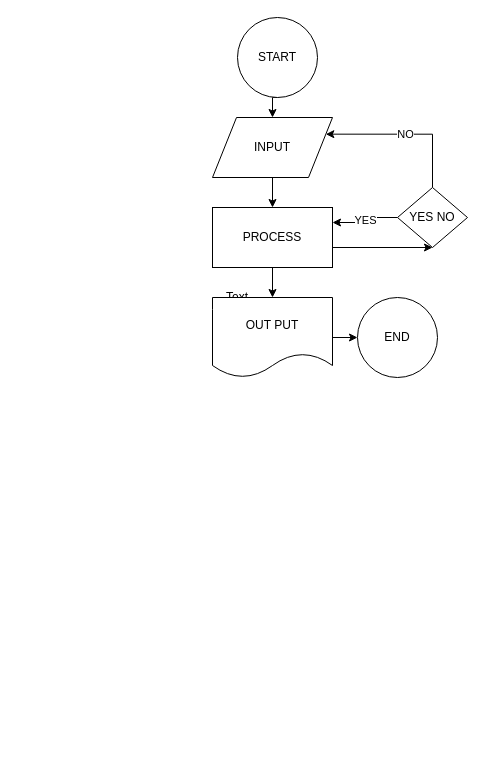
Above: Untitled Diagram.drawio in mahnazbagheri/algorithms (draw.io), before the change. Source tidied: cells renumbered, new cells numbered last; positions are measured from the earlier drawing's top-left corner, leaving out a move shared by most shapes. Both pictures are drawn from the tidied source at 100%, with x=0, y=0 at pixel (212, 17).
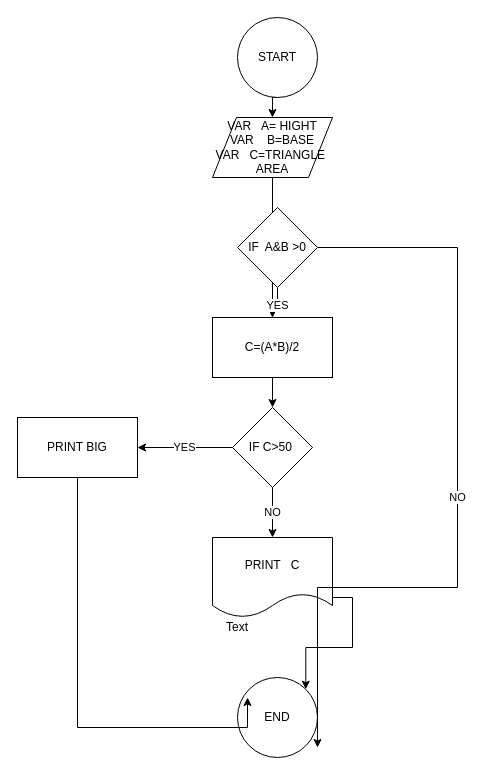
The same diagram, later.

The edit, as a diff of the source:
```diff
@@
-    <mxCell id="5" value="INPUT" style="shape=parallelogram;perimeter=parallelogramPerimeter;whiteSpace=wrap;html=1;" parent="1" vertex="1">
+    <mxCell id="5" value="VAR&amp;nbsp; &amp;nbsp;A= HIGHT&lt;br&gt;VAR&amp;nbsp; &amp;nbsp; B=BASE&lt;br&gt;VAR&amp;nbsp; &amp;nbsp;C=TRIANGLE&amp;nbsp; AREA" style="shape=parallelogram;perimeter=parallelogramPerimeter;whiteSpace=wrap;html=1;" parent="1" vertex="1">
       <mxGeometry y="100" width="120" height="60" as="geometry" />
     </mxCell>
-    <mxCell id="6" style="edgeStyle=orthogonalEdgeStyle;rounded=0;jettySize=auto;html=1;exitX=1;exitY=0.5;exitDx=0;exitDy=0;" parent="1" edge="1" source="8" target="12">
-      <mxGeometry relative="1" as="geometry">
-        <Array as="points">
-          <mxPoint x="120" y="230" />
-        </Array>
-      </mxGeometry>
-    </mxCell>
-    <mxCell id="7" style="edgeStyle=orthogonalEdgeStyle;rounded=0;jettySize=auto;html=1;exitX=0.5;exitY=1;exitDx=0;exitDy=0;" parent="1" edge="1" source="8" target="14">
+    <mxCell id="7" value="NO" style="edgeStyle=orthogonalEdgeStyle;rounded=0;jettySize=auto;html=1;exitX=0.5;exitY=1;exitDx=0;exitDy=0;" parent="1" edge="1" source="19" target="14">
       <mxGeometry relative="1" as="geometry" />
     </mxCell>
-    <mxCell id="8" value="PROCESS" style="rounded=0;whiteSpace=wrap;html=1;" parent="1" vertex="1">
-      <mxGeometry y="190" width="120" height="60" as="geometry" />
+    <mxCell id="8" value="C=(A*B)/2" style="rounded=0;whiteSpace=wrap;html=1;" parent="1" vertex="1">
+      <mxGeometry y="300" width="120" height="60" as="geometry" />
     </mxCell>
-    <mxCell id="9" value="Text" style="text;html=1;strokeColor=none;fillColor=none;align=center;verticalAlign=middle;whiteSpace=wrap;rounded=0;" parent="1" vertex="1">
-      <mxGeometry x="5" y="270" width="40" height="20" as="geometry" />
-    </mxCell>
-    <mxCell id="10" value="YES" style="edgeStyle=orthogonalEdgeStyle;rounded=0;jettySize=auto;html=1;exitX=0;exitY=0.5;exitDx=0;exitDy=0;entryX=1;entryY=0.25;entryDx=0;entryDy=0;" parent="1" edge="1" source="12" target="8">
-      <mxGeometry relative="1" as="geometry" />
-    </mxCell>
-    <mxCell id="11" value="NO" style="edgeStyle=orthogonalEdgeStyle;rounded=0;jettySize=auto;html=1;exitX=0.5;exitY=0;exitDx=0;exitDy=0;entryX=1;entryY=0.25;entryDx=0;entryDy=0;" parent="1" edge="1" source="12" target="5">
-      <mxGeometry relative="1" as="geometry">
-        <Array as="points">
-          <mxPoint x="220" y="117" />
-        </Array>
-      </mxGeometry>
-    </mxCell>
-    <mxCell id="12" value="YES NO" style="rhombus;whiteSpace=wrap;html=1;" parent="1" vertex="1">
-      <mxGeometry x="185" y="170" width="70" height="60" as="geometry" />
-    </mxCell>
-    <mxCell id="13" style="edgeStyle=orthogonalEdgeStyle;rounded=0;jettySize=auto;html=1;exitX=1;exitY=0.5;exitDx=0;exitDy=0;" parent="1" edge="1" source="14" target="15">
+    <mxCell id="13" style="edgeStyle=orthogonalEdgeStyle;rounded=0;jettySize=auto;html=1;exitX=1;exitY=0.75;exitDx=0;exitDy=0;entryX=1;entryY=0;entryDx=0;entryDy=0;" parent="1" edge="1" source="14" target="15">
       <mxGeometry relative="1" as="geometry" />
     </mxCell>
-    <mxCell id="14" value="OUT PUT" style="shape=document;whiteSpace=wrap;html=1;boundedLbl=1;" parent="1" vertex="1">
-      <mxGeometry y="280" width="120" height="80" as="geometry" />
+    <mxCell id="14" value="PRINT&amp;nbsp; &amp;nbsp;C" style="shape=document;whiteSpace=wrap;html=1;boundedLbl=1;" parent="1" vertex="1">
+      <mxGeometry y="520" width="120" height="80" as="geometry" />
     </mxCell>
     <mxCell id="15" value="END" style="ellipse;whiteSpace=wrap;html=1;" parent="1" vertex="1">
-      <mxGeometry x="145" y="280" width="80" height="80" as="geometry" />
+      <mxGeometry x="25" y="660" width="80" height="80" as="geometry" />
     </mxCell>
+    <mxCell id="16" value="YES" style="edgeStyle=orthogonalEdgeStyle;rounded=0;jettySize=auto;html=1;" parent="1" edge="1" source="17" target="8">
+      <mxGeometry relative="1" as="geometry" />
+    </mxCell>
+    <mxCell id="11" value="NO" style="edgeStyle=orthogonalEdgeStyle;rounded=0;jettySize=auto;html=1;exitX=1;exitY=0.5;exitDx=0;exitDy=0;entryX=1;entryY=0.875;entryDx=0;entryDy=0;entryPerimeter=0;" parent="1" edge="1" source="17" target="15">
+      <mxGeometry relative="1" as="geometry">
+        <Array as="points">
+          <mxPoint x="245" y="230" />
+          <mxPoint x="245" y="570" />
+        </Array>
+      </mxGeometry>
+    </mxCell>
+    <mxCell id="17" value="IF&amp;nbsp; A&amp;amp;B &amp;gt;0" style="rhombus;whiteSpace=wrap;html=1;" parent="1" vertex="1">
+      <mxGeometry x="25" y="190" width="80" height="80" as="geometry" />
+    </mxCell>
+    <mxCell id="9" value="Text" style="text;html=1;strokeColor=none;fillColor=none;align=center;verticalAlign=middle;whiteSpace=wrap;rounded=0;" parent="1" vertex="1">
+      <mxGeometry x="5" y="600" width="40" height="20" as="geometry" />
+    </mxCell>
+    <mxCell id="18" value="YES" style="edgeStyle=orthogonalEdgeStyle;rounded=0;jettySize=auto;html=1;exitX=0;exitY=0.5;exitDx=0;exitDy=0;" parent="1" edge="1" source="19" target="22">
+      <mxGeometry relative="1" as="geometry" />
+    </mxCell>
+    <mxCell id="19" value="IF C&amp;gt;50&amp;nbsp;" style="rhombus;whiteSpace=wrap;html=1;" parent="1" vertex="1">
+      <mxGeometry x="20" y="390" width="80" height="80" as="geometry" />
+    </mxCell>
+    <mxCell id="20" style="edgeStyle=orthogonalEdgeStyle;rounded=0;jettySize=auto;html=1;exitX=0.5;exitY=1;exitDx=0;exitDy=0;" parent="1" edge="1" source="8" target="19">
+      <mxGeometry relative="1" as="geometry" />
+    </mxCell>
+    <mxCell id="21" style="edgeStyle=orthogonalEdgeStyle;rounded=0;jettySize=auto;html=1;exitX=0.5;exitY=1;exitDx=0;exitDy=0;" parent="1" edge="1" source="22">
+      <mxGeometry relative="1" as="geometry">
+        <mxPoint x="35" y="680" as="targetPoint" />
+        <Array as="points">
+          <mxPoint x="-135" y="710" />
+          <mxPoint x="35" y="710" />
+        </Array>
+      </mxGeometry>
+    </mxCell>
+    <mxCell id="22" value="PRINT BIG" style="rounded=0;whiteSpace=wrap;html=1;" parent="1" vertex="1">
+      <mxGeometry x="-195" y="400" width="120" height="60" as="geometry" />
+    </mxCell>
```
